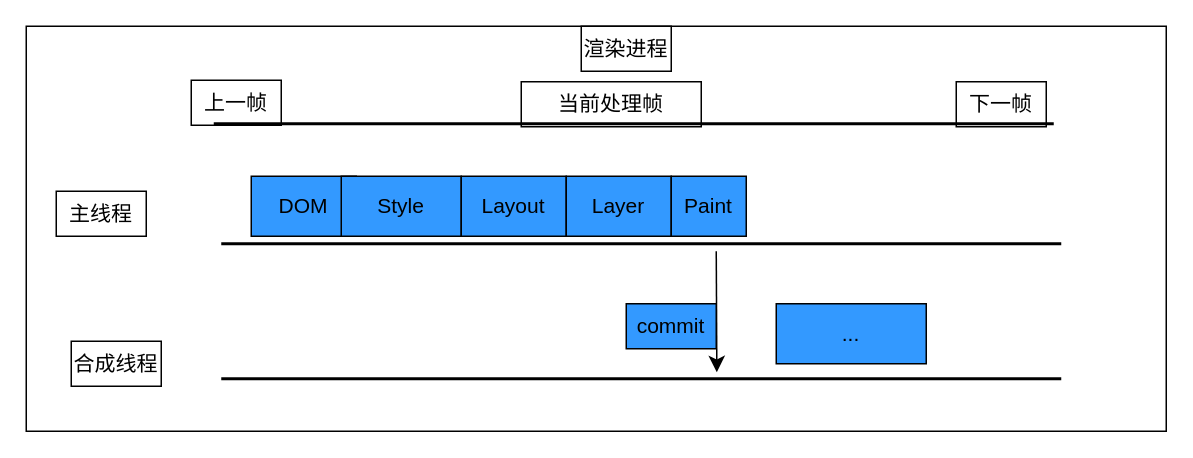
YoungMandy/Web-Front keeps this draw.io diagram as 浏览器原理/渲染流程/渲染进程中的合成线程.drawio. Above is the earlier version. Source tidied: cells renumbered, new cells numbered last; positions are measured from the earlier drawing's top-left corner, leaving out a move shared by most shapes. Both pictures are drawn from the tidied source at 150%, with x=0, y=0 at pixel (26, 26).
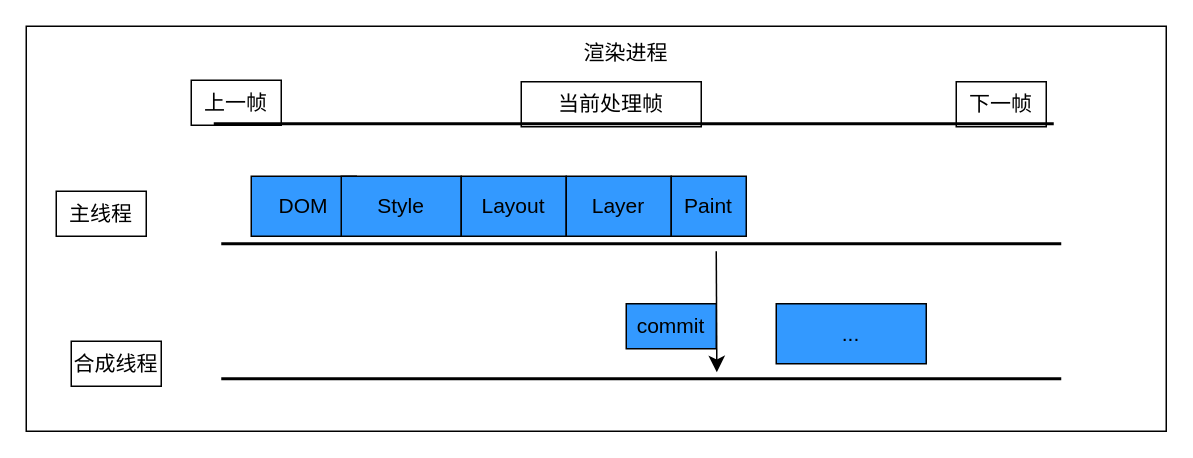
After the change.

What changed in the source:
```diff
@@
-    <mxCell id="3" value="渲染进程" style="text;html=1;fillColor=none;align=center;verticalAlign=middle;whiteSpace=wrap;rounded=0;fontSize=14;strokeColor=#000000;fontColor=#000000;" parent="1" vertex="1">
-      <mxGeometry x="370" width="60" height="30" as="geometry" />
+    <mxCell id="3" value="渲染进程" style="text;html=1;fillColor=none;align=center;verticalAlign=middle;whiteSpace=wrap;rounded=0;fontSize=14;strokeColor=none;fontColor=#000000;" parent="1" vertex="1">
+      <mxGeometry x="370" y="3" width="60" height="30" as="geometry" />
     </mxCell>
```
